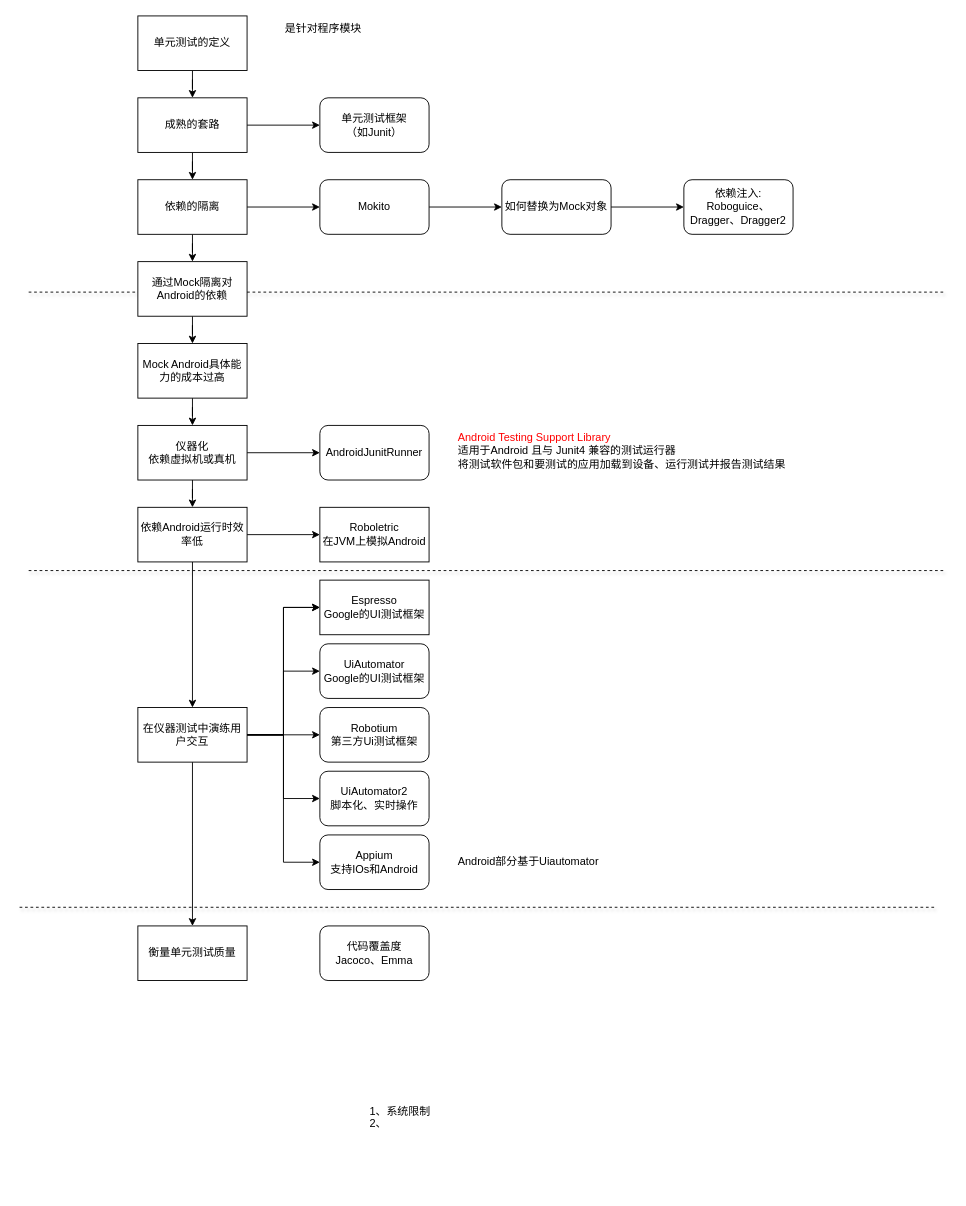
The draw.io diagram 单元测试.drawio in walkwall/drawing, before the edit. Source tidied: cells renumbered, new cells numbered last; positions are measured from the earlier drawing's top-left corner, leaving out a move shared by most shapes. Both pictures are drawn from the tidied source at 91%, with x=0, y=0 at pixel (19, 15).
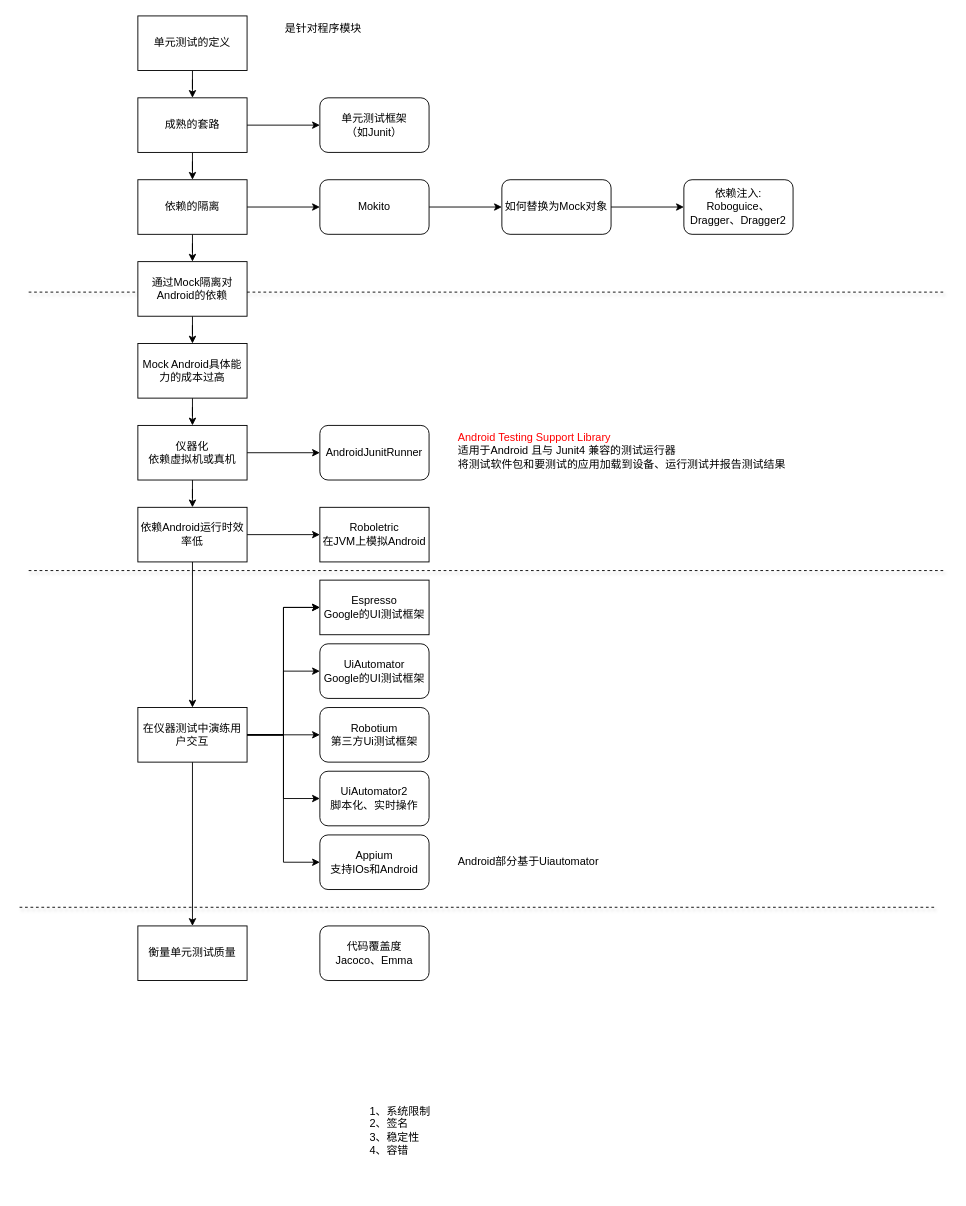
The same diagram, later.

Diff of the diagram source:
```diff
@@
-    <mxCell id="49" value="1、系统限制&lt;br&gt;2、&lt;br&gt;" style="text;html=1;strokeColor=none;fillColor=none;align=left;verticalAlign=top;whiteSpace=wrap;rounded=0;" parent="1" vertex="1">
+    <mxCell id="49" value="1、系统限制&lt;br&gt;2、签名&lt;br&gt;3、稳定性&lt;br&gt;4、容错&lt;br&gt;" style="text;html=1;strokeColor=none;fillColor=none;align=left;verticalAlign=top;whiteSpace=wrap;rounded=0;" parent="1" vertex="1">
       <mxGeometry x="383" y="1190" width="307" height="100" as="geometry" />
     </mxCell>
```
